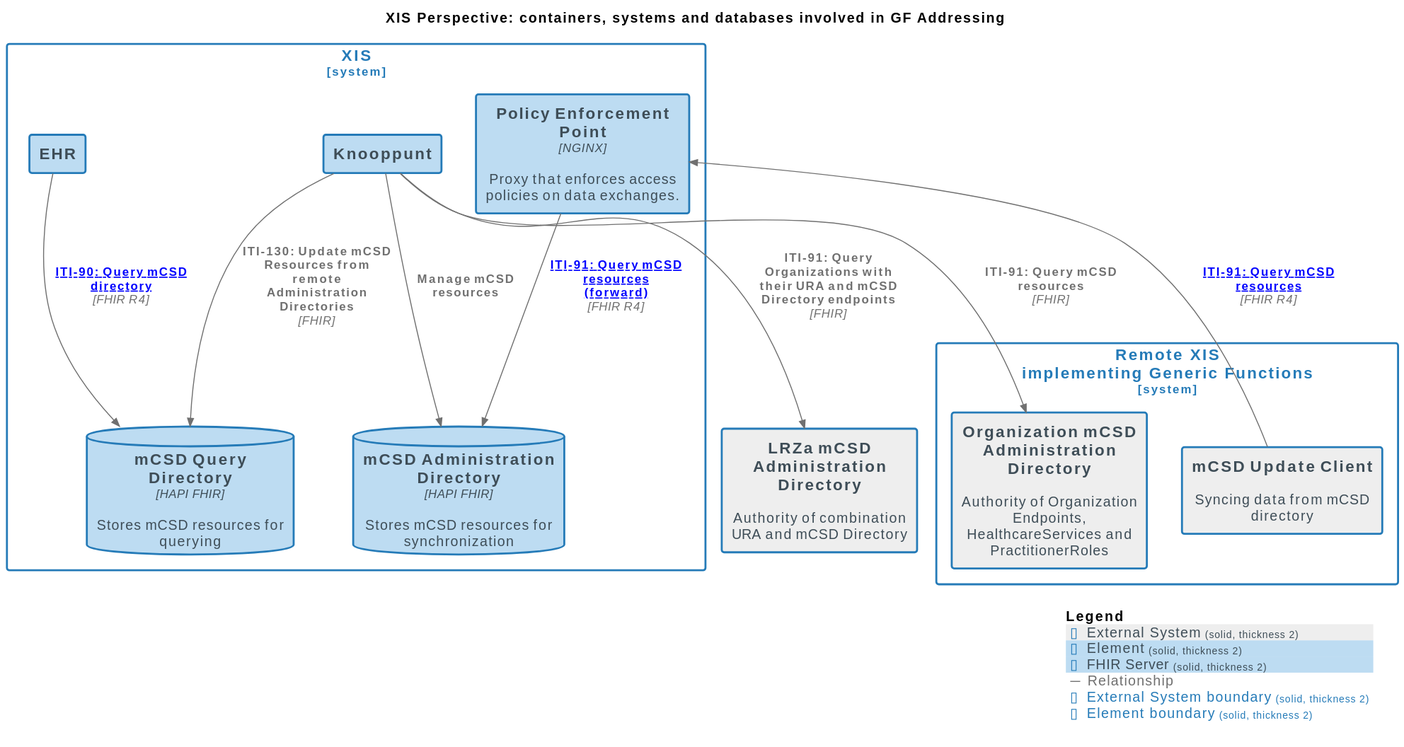
This is docs/images/structurizr-GF_Addressing_ContainerDiagram.svg from nuts-foundation/nuts-knooppunt, a PlantUML export, as it was before one commit.
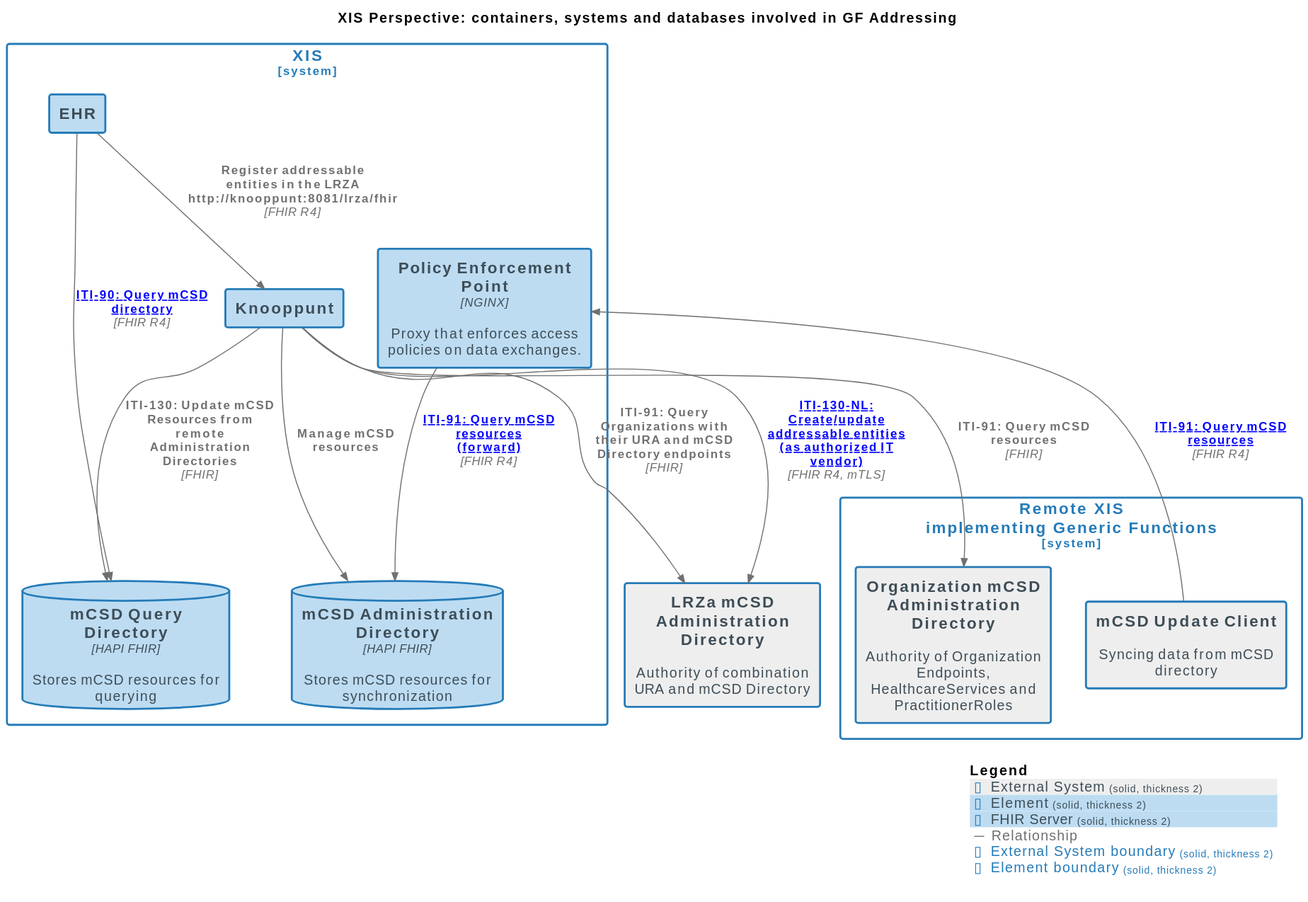
The same file after the commit.

Change to the diagram source:
```diff
@@ -39,6 +39,8 @@
 Rel(XIS.PolicyEnforcementPoint, XIS.mCSDAdministrationDirectory, "ITI-91: Query mCSD resources\n(forward)", $techn="FHIR R4", $tags="Relationship", $link="https://profiles.ihe.net/ITI/mCSD/ITI-91.html")
 Rel(XIS.Knooppunt, LRZamCSDAdministrationDirectory, "ITI-91: Query Organizations with their URA and mCSD Directory endpoints", $techn="FHIR", $tags="Relationship", $link="")
 Rel(XIS.Knooppunt, RemoteXISimplementingGenericFunctions.OrganizationmCSDAdministrationDirectory, "ITI-91: Query mCSD resources", $techn="FHIR", $tags="Relationship", $link="")
+Rel(XIS.EHR, XIS.Knooppunt, "Register addressable entities in the LRZA\nhttp://knooppunt:8081/lrza/fhir", $techn="FHIR R4", $tags="Relationship", $link="")
+Rel(XIS.Knooppunt, LRZamCSDAdministrationDirectory, "ITI-130-NL: Create/update addressable entities (as authorized IT vendor)", $techn="FHIR R4, mTLS", $tags="Relationship", $link="https://build.fhir.org/ig/minvws/generiekefuncties-docs/branches/1.0.0/en/csd.html")
 
 SHOW_LEGEND(true)
 @enduml
```
